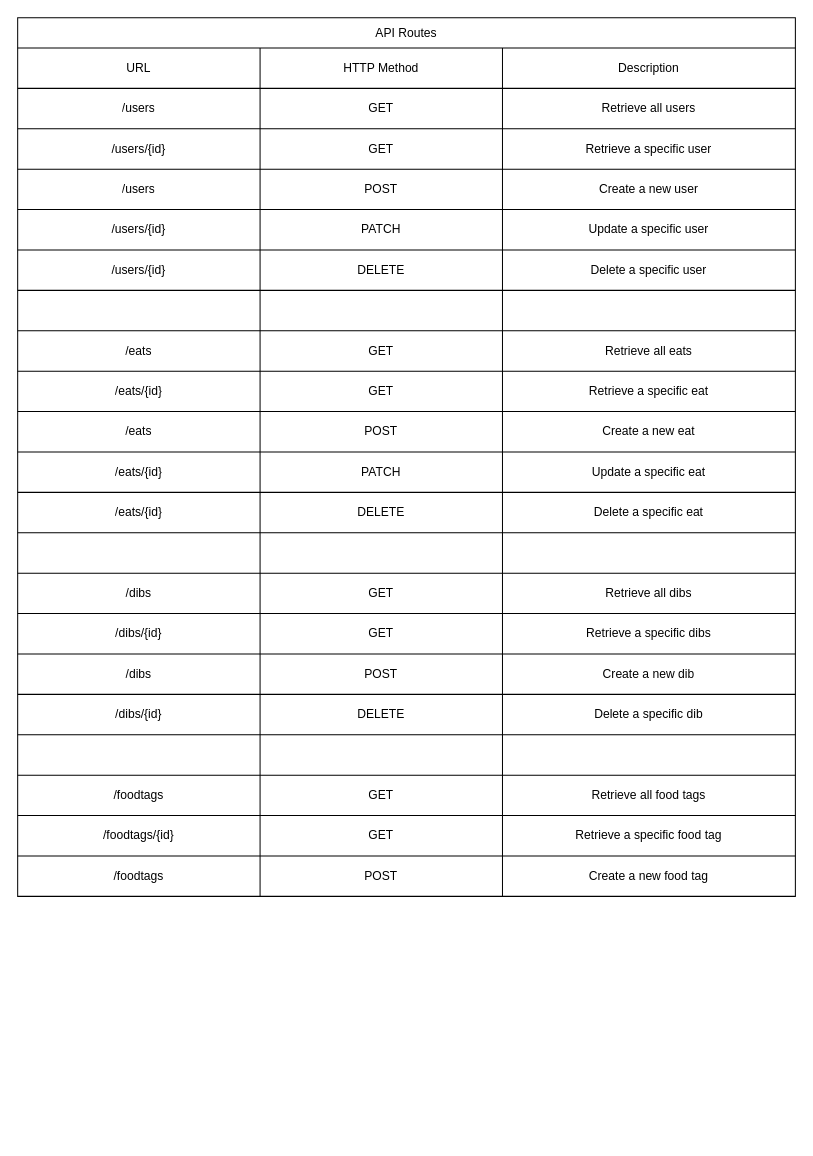
Earlier version of the draw.io diagram Planning/p5_API.drawio (KukHoonRyou/Community-Feast). Source tidied: cells renumbered, new cells numbered last; positions are measured from the earlier drawing's top-left corner, leaving out a move shared by most shapes. Both pictures are drawn from the tidied source at 101%, with x=0, y=0 at pixel (17, 17).
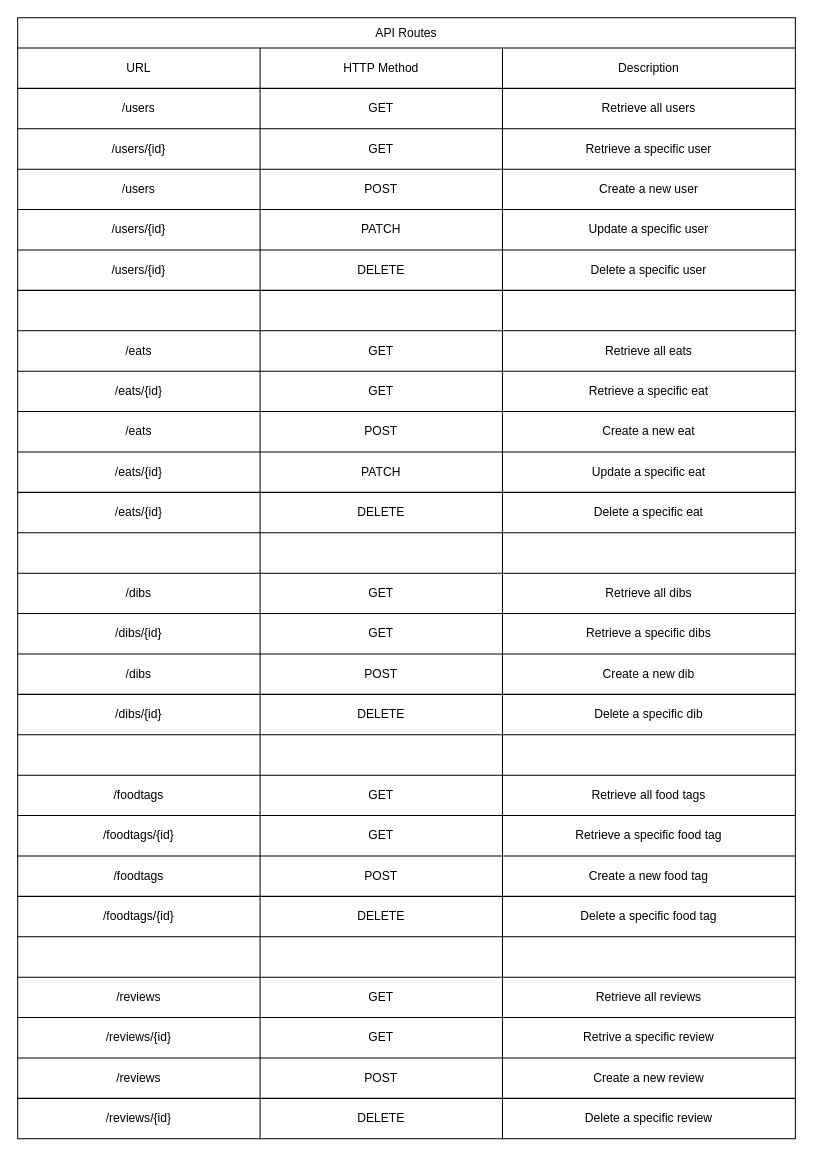
The same diagram, later.

Change to the diagram source:
```diff
@@
     <mxCell id="2" value="API Routes" style="shape=table;startSize=30;childLayout=tableLayout;" parent="1" vertex="1">
-      <mxGeometry width="770" height="870" as="geometry" />
+      <mxGeometry width="770" height="1110" as="geometry" />
     </mxCell>
@@
+    <mxCell id="87" style="shape=tableRow;horizontal=0;startSize=0;swimlaneHead=0;swimlaneBody=0;top=0;left=0;bottom=0;right=0;fillColor=none;" parent="2" vertex="1">
+      <mxGeometry y="870" width="770" height="40" as="geometry" />
+    </mxCell>
+    <mxCell id="88" value="/foodtags/{id}" style="shape=partialRectangle;html=1;whiteSpace=wrap;overflow=hidden;fillColor=none;top=0;left=0;bottom=0;right=0;" parent="87" vertex="1">
+      <mxGeometry width="240" height="40" as="geometry" />
+    </mxCell>
+    <mxCell id="89" value="DELETE" style="shape=partialRectangle;html=1;whiteSpace=wrap;overflow=hidden;fillColor=none;top=0;left=0;bottom=0;right=0;" parent="87" vertex="1">
+      <mxGeometry x="240" width="240" height="40" as="geometry" />
+    </mxCell>
+    <mxCell id="90" value="Delete a specific food tag" style="shape=partialRectangle;html=1;whiteSpace=wrap;overflow=hidden;fillColor=none;top=0;left=0;bottom=0;right=0;" parent="87" vertex="1">
+      <mxGeometry x="480" width="290" height="40" as="geometry" />
+    </mxCell>
+    <mxCell id="91" style="shape=tableRow;horizontal=0;startSize=0;swimlaneHead=0;swimlaneBody=0;top=0;left=0;bottom=0;right=0;fillColor=none;" parent="2" vertex="1">
+      <mxGeometry y="910" width="770" height="40" as="geometry" />
+    </mxCell>
+    <mxCell id="92" style="shape=partialRectangle;html=1;whiteSpace=wrap;overflow=hidden;fillColor=none;top=0;left=0;bottom=0;right=0;" parent="91" vertex="1">
+      <mxGeometry width="240" height="40" as="geometry" />
+    </mxCell>
+    <mxCell id="93" style="shape=partialRectangle;html=1;whiteSpace=wrap;overflow=hidden;fillColor=none;top=0;left=0;bottom=0;right=0;" parent="91" vertex="1">
+      <mxGeometry x="240" width="240" height="40" as="geometry" />
+    </mxCell>
+    <mxCell id="94" style="shape=partialRectangle;html=1;whiteSpace=wrap;overflow=hidden;fillColor=none;top=0;left=0;bottom=0;right=0;" parent="91" vertex="1">
+      <mxGeometry x="480" width="290" height="40" as="geometry" />
+    </mxCell>
+    <mxCell id="95" style="shape=tableRow;horizontal=0;startSize=0;swimlaneHead=0;swimlaneBody=0;top=0;left=0;bottom=0;right=0;fillColor=none;" parent="2" vertex="1">
+      <mxGeometry y="950" width="770" height="40" as="geometry" />
+    </mxCell>
+    <mxCell id="96" value="/reviews" style="shape=partialRectangle;html=1;whiteSpace=wrap;overflow=hidden;fillColor=none;top=0;left=0;bottom=0;right=0;" parent="95" vertex="1">
+      <mxGeometry width="240" height="40" as="geometry" />
+    </mxCell>
+    <mxCell id="97" value="GET" style="shape=partialRectangle;html=1;whiteSpace=wrap;overflow=hidden;fillColor=none;top=0;left=0;bottom=0;right=0;" parent="95" vertex="1">
+      <mxGeometry x="240" width="240" height="40" as="geometry" />
+    </mxCell>
+    <mxCell id="98" value="Retrieve all reviews" style="shape=partialRectangle;html=1;whiteSpace=wrap;overflow=hidden;fillColor=none;top=0;left=0;bottom=0;right=0;" parent="95" vertex="1">
+      <mxGeometry x="480" width="290" height="40" as="geometry" />
+    </mxCell>
+    <mxCell id="99" style="shape=tableRow;horizontal=0;startSize=0;swimlaneHead=0;swimlaneBody=0;top=0;left=0;bottom=0;right=0;fillColor=none;" parent="2" vertex="1">
+      <mxGeometry y="990" width="770" height="40" as="geometry" />
+    </mxCell>
+    <mxCell id="100" value="/reviews/{id}" style="shape=partialRectangle;html=1;whiteSpace=wrap;overflow=hidden;fillColor=none;top=0;left=0;bottom=0;right=0;" parent="99" vertex="1">
+      <mxGeometry width="240" height="40" as="geometry" />
+    </mxCell>
+    <mxCell id="101" value="GET" style="shape=partialRectangle;html=1;whiteSpace=wrap;overflow=hidden;fillColor=none;top=0;left=0;bottom=0;right=0;" parent="99" vertex="1">
+      <mxGeometry x="240" width="240" height="40" as="geometry" />
+    </mxCell>
+    <mxCell id="102" value="Retrive a specific review" style="shape=partialRectangle;html=1;whiteSpace=wrap;overflow=hidden;fillColor=none;top=0;left=0;bottom=0;right=0;" parent="99" vertex="1">
+      <mxGeometry x="480" width="290" height="40" as="geometry" />
+    </mxCell>
+    <mxCell id="103" style="shape=tableRow;horizontal=0;startSize=0;swimlaneHead=0;swimlaneBody=0;top=0;left=0;bottom=0;right=0;fillColor=none;" parent="2" vertex="1">
+      <mxGeometry y="1030" width="770" height="40" as="geometry" />
+    </mxCell>
+    <mxCell id="104" value="/reviews" style="shape=partialRectangle;html=1;whiteSpace=wrap;overflow=hidden;fillColor=none;top=0;left=0;bottom=0;right=0;" parent="103" vertex="1">
+      <mxGeometry width="240" height="40" as="geometry" />
+    </mxCell>
+    <mxCell id="105" value="POST" style="shape=partialRectangle;html=1;whiteSpace=wrap;overflow=hidden;fillColor=none;top=0;left=0;bottom=0;right=0;" parent="103" vertex="1">
+      <mxGeometry x="240" width="240" height="40" as="geometry" />
+    </mxCell>
+    <mxCell id="106" value="Create a new review" style="shape=partialRectangle;html=1;whiteSpace=wrap;overflow=hidden;fillColor=none;top=0;left=0;bottom=0;right=0;" parent="103" vertex="1">
+      <mxGeometry x="480" width="290" height="40" as="geometry" />
+    </mxCell>
+    <mxCell id="107" style="shape=tableRow;horizontal=0;startSize=0;swimlaneHead=0;swimlaneBody=0;top=0;left=0;bottom=0;right=0;fillColor=none;" parent="2" vertex="1">
+      <mxGeometry y="1070" width="770" height="40" as="geometry" />
+    </mxCell>
+    <mxCell id="108" value="/reviews/{id}" style="shape=partialRectangle;html=1;whiteSpace=wrap;overflow=hidden;fillColor=none;top=0;left=0;bottom=0;right=0;" parent="107" vertex="1">
+      <mxGeometry width="240" height="40" as="geometry" />
+    </mxCell>
+    <mxCell id="109" value="DELETE" style="shape=partialRectangle;html=1;whiteSpace=wrap;overflow=hidden;fillColor=none;top=0;left=0;bottom=0;right=0;" parent="107" vertex="1">
+      <mxGeometry x="240" width="240" height="40" as="geometry" />
+    </mxCell>
+    <mxCell id="110" value="Delete a specific review" style="shape=partialRectangle;html=1;whiteSpace=wrap;overflow=hidden;fillColor=none;top=0;left=0;bottom=0;right=0;" parent="107" vertex="1">
+      <mxGeometry x="480" width="290" height="40" as="geometry" />
+    </mxCell>
```
